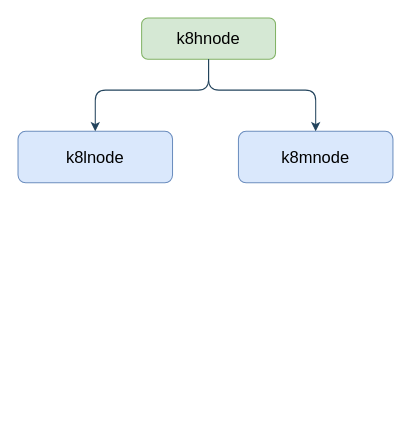
amsen/k8s-ws keeps this draw.io diagram as drawio/K8sCluster.drawio. Above is the earlier version. Source tidied: cells renumbered, new cells numbered last; positions are measured from the earlier drawing's top-left corner, leaving out a move shared by most shapes. Both pictures are drawn from the tidied source at 103%, with x=0, y=0 at pixel (18, 18).
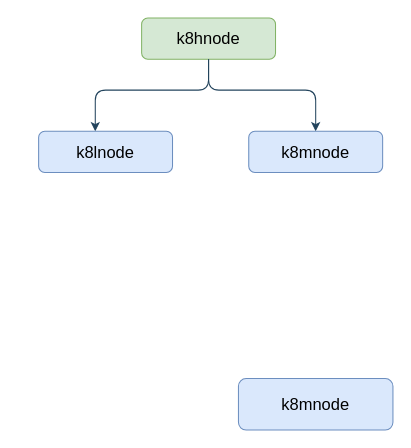
The same diagram, later.

Change to the diagram source:
```diff
@@
 <mxGraphModel>
   <root>
     <mxCell id="0" />
     <mxCell id="1" parent="0" />
     <mxCell id="2" value="&lt;font style=&quot;font-size: 16px&quot;&gt;k8hnode&lt;/font&gt;" style="rounded=1;whiteSpace=wrap;html=1;fillColor=#d5e8d4;strokeColor=#82b366;" parent="1" vertex="1">
       <mxGeometry x="120" width="130" height="40" as="geometry" />
     </mxCell>
-    <mxCell id="3" value="&lt;span style=&quot;font-size: 16px&quot;&gt;k8lnode&lt;/span&gt;" style="rounded=1;whiteSpace=wrap;html=1;fillColor=#dae8fc;strokeColor=#6c8ebf;" parent="1" vertex="1">
-      <mxGeometry y="110" width="150" height="50" as="geometry" />
-    </mxCell>
     <mxCell id="4" value="&lt;span style=&quot;font-size: 16px&quot;&gt;k8mnode&lt;/span&gt;" style="rounded=1;whiteSpace=wrap;html=1;fillColor=#dae8fc;strokeColor=#6c8ebf;" parent="1" vertex="1">
-      <mxGeometry x="214" y="110" width="150" height="50" as="geometry" />
+      <mxGeometry x="214" y="350" width="150" height="50" as="geometry" />
     </mxCell>
     <mxCell id="5" style="edgeStyle=segmentEdgeStyle;endArrow=classic;html=1;exitX=0.5;exitY=1;exitDx=0;exitDy=0;fillColor=#bac8d3;strokeColor=#23445d;" parent="1" edge="1" source="2">
       <mxGeometry relative="1" as="geometry">
         <mxPoint x="75" y="110" as="targetPoint" />
         <Array as="points">
           <mxPoint x="185" y="70" />
           <mxPoint x="75" y="70" />
         </Array>
       </mxGeometry>
     </mxCell>
-    <mxCell id="6" style="edgeStyle=segmentEdgeStyle;endArrow=classic;html=1;exitX=0.5;exitY=1;exitDx=0;exitDy=0;entryX=0.5;entryY=0;entryDx=0;entryDy=0;fillColor=#bac8d3;strokeColor=#23445d;" parent="1" edge="1" source="2" target="4">
+    <mxCell id="6" style="edgeStyle=segmentEdgeStyle;endArrow=classic;html=1;exitX=0.5;exitY=1;exitDx=0;exitDy=0;fillColor=#bac8d3;strokeColor=#23445d;entryX=0.5;entryY=0;entryDx=0;entryDy=0;" parent="1" edge="1" source="2" target="7">
       <mxGeometry relative="1" as="geometry">
         <Array as="points">
           <mxPoint x="185" y="70" />
           <mxPoint x="289" y="70" />
         </Array>
       </mxGeometry>
     </mxCell>
+    <mxCell id="3" value="&lt;span style=&quot;font-size: 16px&quot;&gt;k8lnode&lt;/span&gt;" style="rounded=1;whiteSpace=wrap;html=1;fillColor=#dae8fc;strokeColor=#6c8ebf;" parent="1" vertex="1">
+      <mxGeometry x="20" y="110" width="130" height="40" as="geometry" />
+    </mxCell>
+    <mxCell id="7" value="&lt;span style=&quot;font-size: 16px&quot;&gt;k8mnode&lt;/span&gt;" style="rounded=1;whiteSpace=wrap;html=1;fillColor=#dae8fc;strokeColor=#6c8ebf;" parent="1" vertex="1">
+      <mxGeometry x="224" y="110" width="130" height="40" as="geometry" />
+    </mxCell>
   </root>
 </mxGraphModel>
```
